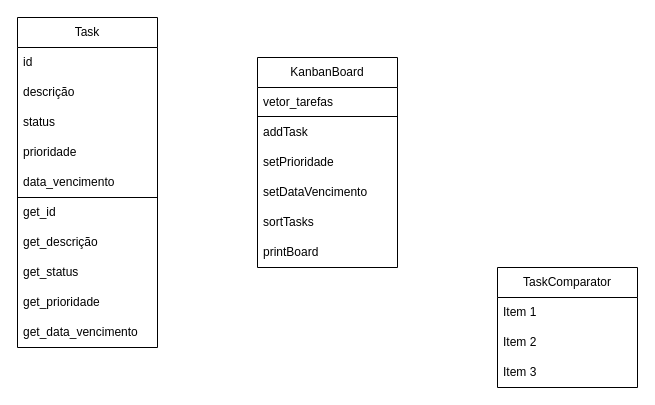
Above: Diagrama_Projeto.drawio in matheusqap/ProjetoLP1 (draw.io), before the change. Source tidied: cells renumbered, new cells numbered last; positions are measured from the earlier drawing's top-left corner, leaving out a move shared by most shapes. Both pictures are drawn from the tidied source at 100%, with x=0, y=0 at pixel (17, 17).
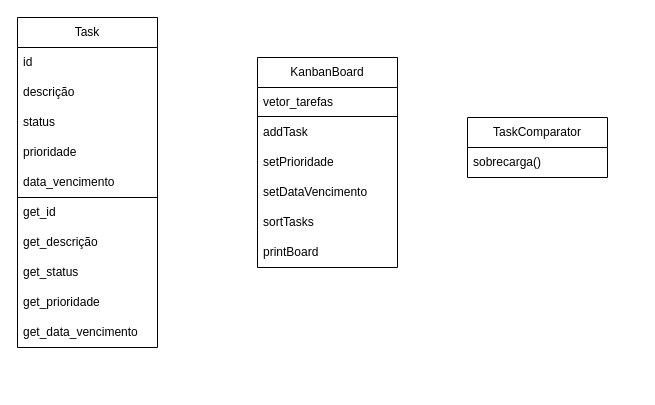
The same page after the edit.

What changed in the source:
```diff
@@
     <mxCell id="22" value="TaskComparator" style="swimlane;fontStyle=0;horizontal=1;startSize=30;whiteSpace=wrap;html=1;" parent="1" vertex="1">
-      <mxGeometry x="480" y="250" width="140" height="120" as="geometry" />
+      <mxGeometry x="450" y="100" width="140" height="60" as="geometry" />
     </mxCell>
-    <mxCell id="23" value="Item 1" style="text;strokeColor=none;fillColor=none;align=left;verticalAlign=middle;spacingLeft=4;spacingRight=4;overflow=hidden;whiteSpace=wrap;html=1;" parent="22" vertex="1">
+    <mxCell id="23" value="sobrecarga()" style="text;strokeColor=none;fillColor=none;align=left;verticalAlign=middle;spacingLeft=4;spacingRight=4;overflow=hidden;whiteSpace=wrap;html=1;" parent="22" vertex="1">
       <mxGeometry y="30" width="140" height="30" as="geometry" />
     </mxCell>
-    <mxCell id="24" value="Item 2" style="text;strokeColor=none;fillColor=none;align=left;verticalAlign=middle;spacingLeft=4;spacingRight=4;overflow=hidden;whiteSpace=wrap;html=1;" parent="22" vertex="1">
-      <mxGeometry y="60" width="140" height="30" as="geometry" />
-    </mxCell>
-    <mxCell id="25" value="Item 3" style="text;strokeColor=none;fillColor=none;align=left;verticalAlign=middle;spacingLeft=4;spacingRight=4;overflow=hidden;whiteSpace=wrap;html=1;" parent="22" vertex="1">
-      <mxGeometry y="90" width="140" height="30" as="geometry" />
-    </mxCell>
```
